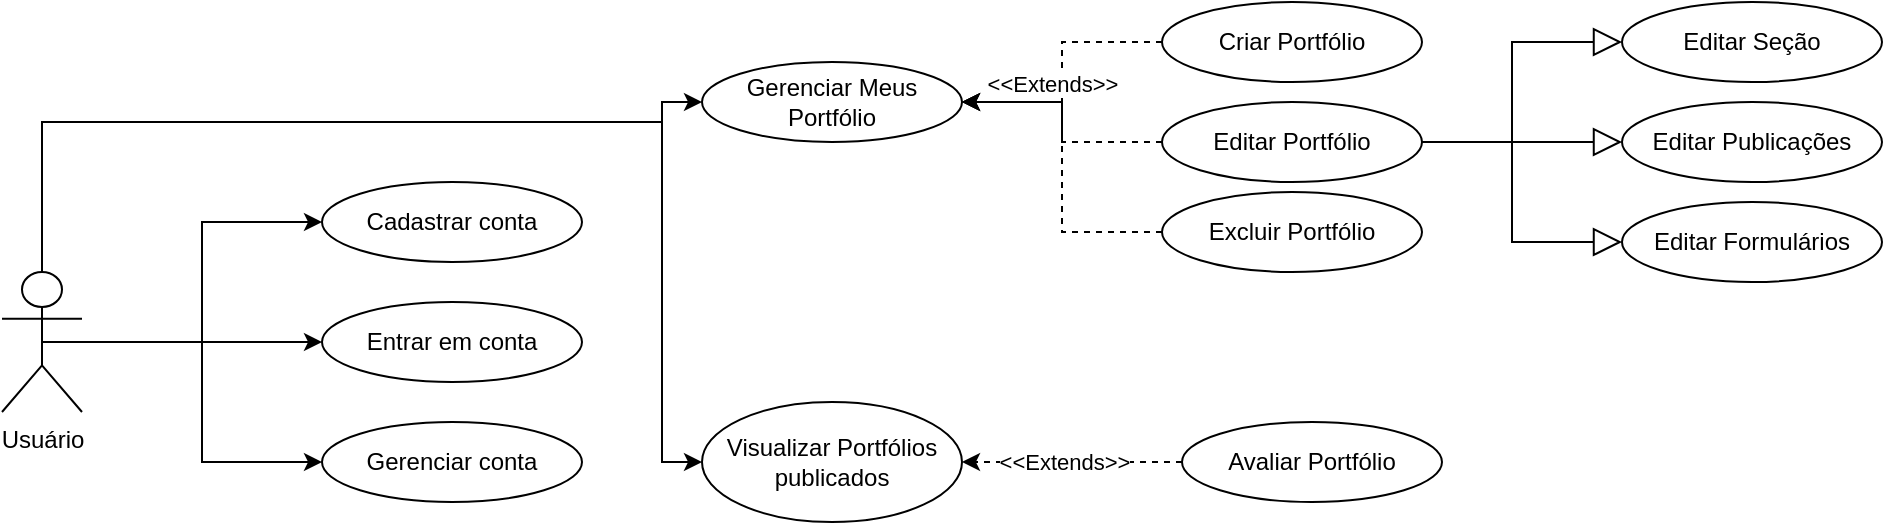
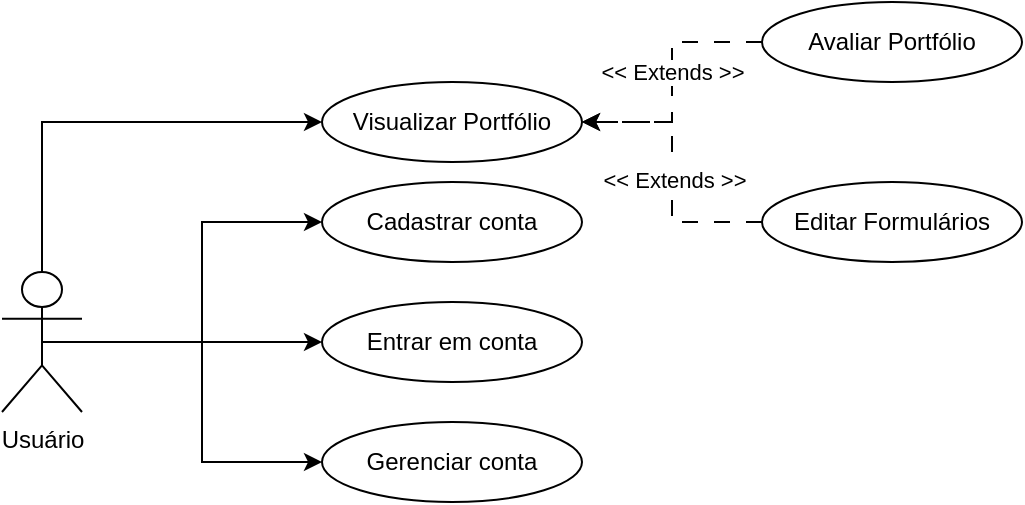
- <mxfile host="app.diagrams.net" agent="Mozilla/5.0 (Windows NT 10.0; Win64; x64) AppleWebKit/537.36 (KHTML, like Gecko) Chrome/131.0.0.0 Safari/537.36" version="24.8.4">
+ <mxfile host="app.diagrams.net" agent="Mozilla/5.0 (Windows NT 10.0; Win64; x64) AppleWebKit/537.36 (KHTML, like Gecko) Chrome/131.0.0.0 Safari/537.36" version="25.0.0">
  <diagram name="Página-1" id="EhW8XSbJin2HA-JUOvGg">
    <mxGraphModel dx="880" dy="434" grid="1" gridSize="10" guides="1" tooltips="1" connect="1" arrows="1" fold="1" page="1" pageScale="1" pageWidth="1169" pageHeight="827" math="0" shadow="0">
      <root>
        <mxCell id="0" />
        <mxCell id="1" parent="0" />
        <mxCell id="Z38UDhTr1A722hghBMyR-12" style="edgeStyle=orthogonalEdgeStyle;rounded=0;orthogonalLoop=1;jettySize=auto;html=1;exitX=0.5;exitY=0.5;exitDx=0;exitDy=0;exitPerimeter=0;entryX=0;entryY=0.5;entryDx=0;entryDy=0;" parent="1" source="Z38UDhTr1A722hghBMyR-1" target="Z38UDhTr1A722hghBMyR-10" edge="1">
          <mxGeometry relative="1" as="geometry" />
        </mxCell>
        <mxCell id="Z38UDhTr1A722hghBMyR-13" style="edgeStyle=orthogonalEdgeStyle;rounded=0;orthogonalLoop=1;jettySize=auto;html=1;exitX=0.5;exitY=0.5;exitDx=0;exitDy=0;exitPerimeter=0;entryX=0;entryY=0.5;entryDx=0;entryDy=0;" parent="1" source="Z38UDhTr1A722hghBMyR-1" target="Z38UDhTr1A722hghBMyR-11" edge="1">
          <mxGeometry relative="1" as="geometry" />
        </mxCell>
        <mxCell id="Z38UDhTr1A722hghBMyR-14" style="edgeStyle=orthogonalEdgeStyle;rounded=0;orthogonalLoop=1;jettySize=auto;html=1;exitX=0.5;exitY=0.5;exitDx=0;exitDy=0;exitPerimeter=0;entryX=0;entryY=0.5;entryDx=0;entryDy=0;" parent="1" source="Z38UDhTr1A722hghBMyR-1" target="Z38UDhTr1A722hghBMyR-6" edge="1">
          <mxGeometry relative="1" as="geometry" />
        </mxCell>
        <mxCell id="Z38UDhTr1A722hghBMyR-15" style="edgeStyle=orthogonalEdgeStyle;rounded=0;orthogonalLoop=1;jettySize=auto;html=1;exitX=0.5;exitY=0.5;exitDx=0;exitDy=0;exitPerimeter=0;entryX=0;entryY=0.5;entryDx=0;entryDy=0;" parent="1" source="Z38UDhTr1A722hghBMyR-1" target="Z38UDhTr1A722hghBMyR-7" edge="1">
          <mxGeometry relative="1" as="geometry">
            <Array as="points">
              <mxPoint x="80" y="170" />
-               <mxPoint x="390" y="170" />
-               <mxPoint x="390" y="160" />
-             </Array>
-           </mxGeometry>
-         </mxCell>
-         <mxCell id="Z38UDhTr1A722hghBMyR-17" style="edgeStyle=orthogonalEdgeStyle;rounded=0;orthogonalLoop=1;jettySize=auto;html=1;exitX=0.5;exitY=0.5;exitDx=0;exitDy=0;exitPerimeter=0;entryX=0;entryY=0.5;entryDx=0;entryDy=0;" parent="1" source="Z38UDhTr1A722hghBMyR-1" target="Z38UDhTr1A722hghBMyR-9" edge="1">
-           <mxGeometry relative="1" as="geometry">
-             <Array as="points">
-               <mxPoint x="80" y="170" />
-               <mxPoint x="390" y="170" />
-               <mxPoint x="390" y="340" />
            </Array>
          </mxGeometry>
        </mxCell>
        <mxCell id="Z38UDhTr1A722hghBMyR-1" value="Usuário" style="shape=umlActor;verticalLabelPosition=bottom;verticalAlign=top;html=1;outlineConnect=0;" parent="1" vertex="1">
          <mxGeometry x="60" y="245" width="40" height="70" as="geometry" />
        </mxCell>
        <mxCell id="Z38UDhTr1A722hghBMyR-6" value="Gerenciar conta" style="ellipse;whiteSpace=wrap;html=1;" parent="1" vertex="1">
          <mxGeometry x="220" y="320" width="130" height="40" as="geometry" />
        </mxCell>
-         <mxCell id="Z38UDhTr1A722hghBMyR-7" value="Gerenciar Meus Portfólio" style="ellipse;whiteSpace=wrap;html=1;" parent="1" vertex="1">
-           <mxGeometry x="410" y="140" width="130" height="40" as="geometry" />
-         </mxCell>
-         <mxCell id="Z38UDhTr1A722hghBMyR-9" value="Visualizar Portfólios publicados" style="ellipse;whiteSpace=wrap;html=1;" parent="1" vertex="1">
-           <mxGeometry x="410" y="310" width="130" height="60" as="geometry" />
+         <mxCell id="Z38UDhTr1A722hghBMyR-7" value="Visualizar Portfólio" style="ellipse;whiteSpace=wrap;html=1;" parent="1" vertex="1">
+           <mxGeometry x="220" y="150" width="130" height="40" as="geometry" />
        </mxCell>
        <mxCell id="Z38UDhTr1A722hghBMyR-10" value="Cadastrar conta" style="ellipse;whiteSpace=wrap;html=1;" parent="1" vertex="1">
          <mxGeometry x="220" y="200" width="130" height="40" as="geometry" />
        </mxCell>
        <mxCell id="Z38UDhTr1A722hghBMyR-11" value="Entrar em conta" style="ellipse;whiteSpace=wrap;html=1;" parent="1" vertex="1">
          <mxGeometry x="220" y="260" width="130" height="40" as="geometry" />
        </mxCell>
-         <mxCell id="Z38UDhTr1A722hghBMyR-21" style="edgeStyle=orthogonalEdgeStyle;rounded=0;orthogonalLoop=1;jettySize=auto;html=1;exitX=0;exitY=0.5;exitDx=0;exitDy=0;entryX=1;entryY=0.5;entryDx=0;entryDy=0;dashed=1;" parent="1" source="Z38UDhTr1A722hghBMyR-18" target="Z38UDhTr1A722hghBMyR-7" edge="1">
+         <mxCell id="i5AbUUYRmmV4rS9TDewe-5" style="edgeStyle=orthogonalEdgeStyle;rounded=0;orthogonalLoop=1;jettySize=auto;html=1;entryX=1;entryY=0.5;entryDx=0;entryDy=0;dashed=1;dashPattern=8 8;" edge="1" parent="1" source="Z38UDhTr1A722hghBMyR-34" target="Z38UDhTr1A722hghBMyR-7">
          <mxGeometry relative="1" as="geometry" />
        </mxCell>
-         <mxCell id="Z38UDhTr1A722hghBMyR-18" value="Criar Portfólio" style="ellipse;whiteSpace=wrap;html=1;" parent="1" vertex="1">
-           <mxGeometry x="640" y="110" width="130" height="40" as="geometry" />
+         <mxCell id="i5AbUUYRmmV4rS9TDewe-6" value="&amp;lt;&amp;lt; Extends &amp;gt;&amp;gt;" style="edgeLabel;html=1;align=center;verticalAlign=middle;resizable=0;points=[];" vertex="1" connectable="0" parent="i5AbUUYRmmV4rS9TDewe-5">
+           <mxGeometry x="-0.0571" y="-1" relative="1" as="geometry">
+             <mxPoint as="offset" />
+           </mxGeometry>
        </mxCell>
-         <mxCell id="Z38UDhTr1A722hghBMyR-23" style="edgeStyle=orthogonalEdgeStyle;rounded=0;orthogonalLoop=1;jettySize=auto;html=1;exitX=0;exitY=0.5;exitDx=0;exitDy=0;entryX=1;entryY=0.5;entryDx=0;entryDy=0;dashed=1;" parent="1" source="Z38UDhTr1A722hghBMyR-19" target="Z38UDhTr1A722hghBMyR-7" edge="1">
+         <mxCell id="Z38UDhTr1A722hghBMyR-34" value="Editar Formulários" style="ellipse;whiteSpace=wrap;html=1;" parent="1" vertex="1">
+           <mxGeometry x="440" y="200" width="130" height="40" as="geometry" />
+         </mxCell>
+         <mxCell id="i5AbUUYRmmV4rS9TDewe-3" style="edgeStyle=orthogonalEdgeStyle;rounded=0;orthogonalLoop=1;jettySize=auto;html=1;dashed=1;dashPattern=8 8;" edge="1" parent="1" source="Z38UDhTr1A722hghBMyR-39" target="Z38UDhTr1A722hghBMyR-7">
          <mxGeometry relative="1" as="geometry" />
        </mxCell>
-         <mxCell id="Z38UDhTr1A722hghBMyR-19" value="Excluir Portfólio" style="ellipse;whiteSpace=wrap;html=1;" parent="1" vertex="1">
-           <mxGeometry x="640" y="205" width="130" height="40" as="geometry" />
-         </mxCell>
-         <mxCell id="Z38UDhTr1A722hghBMyR-26" style="edgeStyle=orthogonalEdgeStyle;rounded=0;orthogonalLoop=1;jettySize=auto;html=1;exitX=0;exitY=0.5;exitDx=0;exitDy=0;entryX=1;entryY=0.5;entryDx=0;entryDy=0;dashed=1;" parent="1" source="Z38UDhTr1A722hghBMyR-25" target="Z38UDhTr1A722hghBMyR-7" edge="1">
-           <mxGeometry relative="1" as="geometry" />
-         </mxCell>
-         <mxCell id="Z38UDhTr1A722hghBMyR-27" value="&amp;lt;&amp;lt;Extends&amp;gt;&amp;gt;" style="edgeLabel;html=1;align=center;verticalAlign=middle;resizable=0;points=[];" parent="Z38UDhTr1A722hghBMyR-26" vertex="1" connectable="0">
-           <mxGeometry x="-0.125" y="4" relative="1" as="geometry">
-             <mxPoint x="-1" y="-27" as="offset" />
+         <mxCell id="i5AbUUYRmmV4rS9TDewe-4" value="&amp;lt;&amp;lt; Extends &amp;gt;&amp;gt;" style="edgeLabel;html=1;align=center;verticalAlign=middle;resizable=0;points=[];" vertex="1" connectable="0" parent="i5AbUUYRmmV4rS9TDewe-3">
+           <mxGeometry x="-0.0769" relative="1" as="geometry">
+             <mxPoint as="offset" />
          </mxGeometry>
        </mxCell>
-         <mxCell id="Z38UDhTr1A722hghBMyR-42" style="edgeStyle=orthogonalEdgeStyle;rounded=0;orthogonalLoop=1;jettySize=auto;html=1;exitX=1;exitY=0.5;exitDx=0;exitDy=0;entryX=0;entryY=0.5;entryDx=0;entryDy=0;endArrow=block;endFill=0;strokeWidth=1;endSize=12;" parent="1" source="Z38UDhTr1A722hghBMyR-25" target="Z38UDhTr1A722hghBMyR-28" edge="1">
-           <mxGeometry relative="1" as="geometry" />
-         </mxCell>
-         <mxCell id="Z38UDhTr1A722hghBMyR-43" style="edgeStyle=orthogonalEdgeStyle;rounded=0;orthogonalLoop=1;jettySize=auto;html=1;exitX=1;exitY=0.5;exitDx=0;exitDy=0;endArrow=block;endFill=0;endSize=12;" parent="1" source="Z38UDhTr1A722hghBMyR-25" target="Z38UDhTr1A722hghBMyR-30" edge="1">
-           <mxGeometry relative="1" as="geometry" />
-         </mxCell>
-         <mxCell id="Z38UDhTr1A722hghBMyR-44" style="edgeStyle=orthogonalEdgeStyle;rounded=0;orthogonalLoop=1;jettySize=auto;html=1;exitX=1;exitY=0.5;exitDx=0;exitDy=0;entryX=0;entryY=0.5;entryDx=0;entryDy=0;endArrow=block;endFill=0;endSize=12;" parent="1" source="Z38UDhTr1A722hghBMyR-25" target="Z38UDhTr1A722hghBMyR-34" edge="1">
-           <mxGeometry relative="1" as="geometry" />
-         </mxCell>
-         <mxCell id="Z38UDhTr1A722hghBMyR-25" value="Editar Portfólio" style="ellipse;whiteSpace=wrap;html=1;" parent="1" vertex="1">
-           <mxGeometry x="640" y="160" width="130" height="40" as="geometry" />
-         </mxCell>
-         <mxCell id="Z38UDhTr1A722hghBMyR-28" value="Editar Seção" style="ellipse;whiteSpace=wrap;html=1;" parent="1" vertex="1">
-           <mxGeometry x="870" y="110" width="130" height="40" as="geometry" />
-         </mxCell>
-         <mxCell id="Z38UDhTr1A722hghBMyR-30" value="Editar Publicações" style="ellipse;whiteSpace=wrap;html=1;" parent="1" vertex="1">
-           <mxGeometry x="870" y="160" width="130" height="40" as="geometry" />
-         </mxCell>
-         <mxCell id="Z38UDhTr1A722hghBMyR-34" value="Editar Formulários" style="ellipse;whiteSpace=wrap;html=1;" parent="1" vertex="1">
-           <mxGeometry x="870" y="210" width="130" height="40" as="geometry" />
-         </mxCell>
        <mxCell id="Z38UDhTr1A722hghBMyR-39" value="Avaliar Portfólio" style="ellipse;whiteSpace=wrap;html=1;" parent="1" vertex="1">
-           <mxGeometry x="650" y="320" width="130" height="40" as="geometry" />
-         </mxCell>
-         <mxCell id="Z38UDhTr1A722hghBMyR-40" style="edgeStyle=orthogonalEdgeStyle;rounded=0;orthogonalLoop=1;jettySize=auto;html=1;exitX=0;exitY=0.5;exitDx=0;exitDy=0;entryX=1;entryY=0.5;entryDx=0;entryDy=0;dashed=1;" parent="1" source="Z38UDhTr1A722hghBMyR-39" target="Z38UDhTr1A722hghBMyR-9" edge="1">
-           <mxGeometry relative="1" as="geometry">
-             <mxPoint x="700" y="315" as="sourcePoint" />
-             <mxPoint x="600" y="250" as="targetPoint" />
-           </mxGeometry>
-         </mxCell>
-         <mxCell id="Z38UDhTr1A722hghBMyR-41" value="&amp;lt;&amp;lt;Extends&amp;gt;&amp;gt;" style="edgeLabel;html=1;align=center;verticalAlign=middle;resizable=0;points=[];" parent="Z38UDhTr1A722hghBMyR-40" vertex="1" connectable="0">
-           <mxGeometry x="0.0711" relative="1" as="geometry">
-             <mxPoint as="offset" />
-           </mxGeometry>
+           <mxGeometry x="440" y="110" width="130" height="40" as="geometry" />
        </mxCell>
      </root>
    </mxGraphModel>
  </diagram>
</mxfile>
